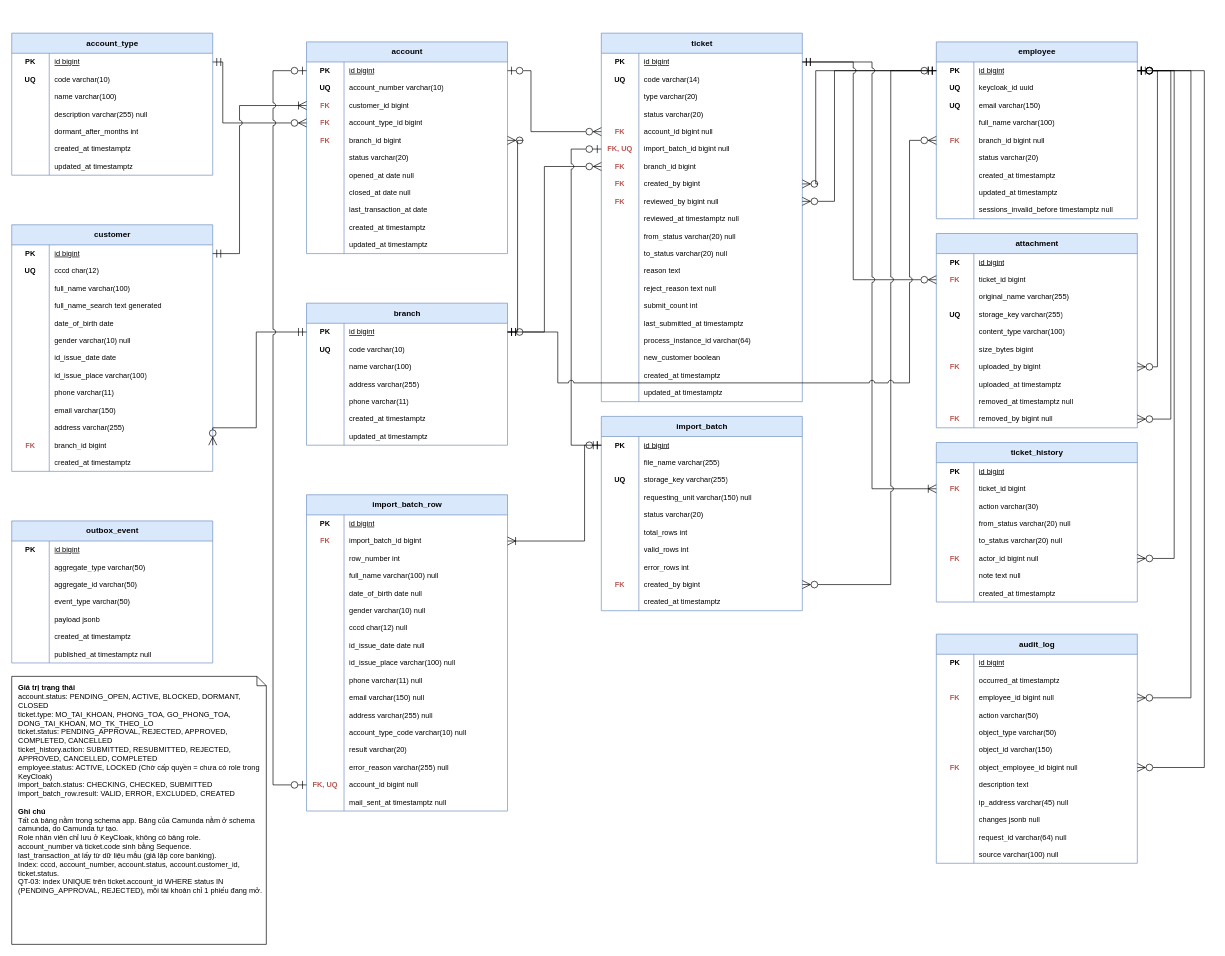
Earlier version of the draw.io diagram docs/diagrams/erd.drawio (Arielne/account-lifecycle-portal). Source tidied: cells renumbered, new cells numbered last; positions are measured from the earlier drawing's top-left corner, leaving out a move shared by most shapes. Both pictures are drawn from the tidied source at 67%, with x=0, y=0 at pixel (11, 33).
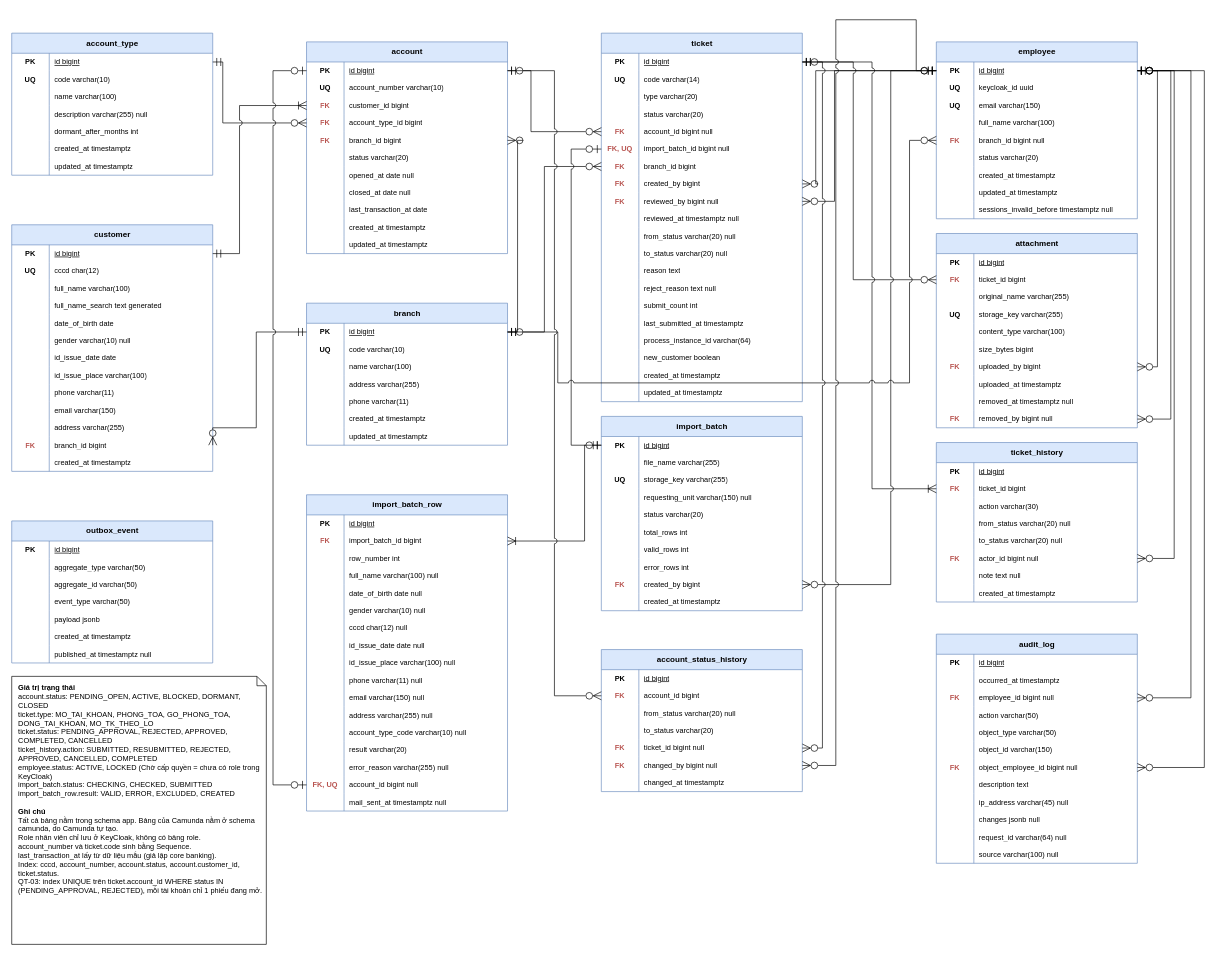
The same page after the edit.

Unchanged cells that the change refers to:
```xml
<mxCell id="65" style="shape=tableRow;horizontal=0;startSize=0;swimlaneHead=0;swimlaneBody=0;fillColor=none;points=[[0,0.5],[1,0.5]];portConstraint=eastwest;top=0;left=0;right=0;bottom=0;html=1;" parent="64" vertex="1">
  <mxGeometry y="30" width="300" height="26" as="geometry" />
</mxCell>
<mxCell id="173" style="shape=tableRow;horizontal=0;startSize=0;swimlaneHead=0;swimlaneBody=0;fillColor=none;points=[[0,0.5],[1,0.5]];portConstraint=eastwest;top=0;left=0;right=0;bottom=0;html=1;" parent="172" vertex="1">
  <mxGeometry y="30" width="300" height="26" as="geometry" />
</mxCell>
<mxCell id="296" style="shape=tableRow;horizontal=0;startSize=0;swimlaneHead=0;swimlaneBody=0;fillColor=none;points=[[0,0.5],[1,0.5]];portConstraint=eastwest;top=0;left=0;right=0;bottom=0;html=1;" parent="295" vertex="1">
  <mxGeometry y="30" width="300" height="26" as="geometry" />
</mxCell>
```

Diff of the diagram source:
```diff
@@
+    <mxCell id="428" value="account_status_history" style="shape=table;startSize=30;childLayout=tableLayout;rowLines=0;fontStyle=1;align=center;html=1;fillColor=#dae8fc;strokeColor=#6c8ebf;" parent="1" vertex="1">
+      <mxGeometry x="880" y="920" width="300" height="212" as="geometry" />
+    </mxCell>
+    <mxCell id="429" style="shape=tableRow;horizontal=0;startSize=0;swimlaneHead=0;swimlaneBody=0;fillColor=none;top=0;left=0;right=0;bottom=0;html=1;" parent="428" vertex="1">
+      <mxGeometry y="30" width="300" height="26" as="geometry" />
+    </mxCell>
+    <mxCell id="430" value="PK" style="shape=partialRectangle;fillColor=none;top=0;left=0;bottom=0;right=0;fontStyle=1;overflow=hidden;html=1;whiteSpace=wrap;fontSize=11;" parent="429" vertex="1">
+      <mxGeometry width="56" height="26" as="geometry" />
+    </mxCell>
+    <mxCell id="431" value="id bigint" style="shape=partialRectangle;fillColor=none;top=0;left=0;bottom=0;right=0;align=left;spacingLeft=6;overflow=hidden;html=1;whiteSpace=wrap;fontSize=11;fontStyle=4;" parent="429" vertex="1">
+      <mxGeometry x="56" width="244" height="26" as="geometry" />
+    </mxCell>
+    <mxCell id="432" style="shape=tableRow;horizontal=0;startSize=0;swimlaneHead=0;swimlaneBody=0;fillColor=none;points=[[0,0.5],[1,0.5]];portConstraint=eastwest;top=0;left=0;right=0;bottom=0;html=1;" parent="428" vertex="1">
+      <mxGeometry y="56" width="300" height="26" as="geometry" />
+    </mxCell>
+    <mxCell id="433" value="FK" style="shape=partialRectangle;fillColor=none;top=0;left=0;bottom=0;right=0;fontStyle=1;overflow=hidden;html=1;whiteSpace=wrap;fontSize=11;fontColor=#B85450;" parent="432" vertex="1">
+      <mxGeometry width="56" height="26" as="geometry" />
+    </mxCell>
+    <mxCell id="434" value="account_id bigint" style="shape=partialRectangle;fillColor=none;top=0;left=0;bottom=0;right=0;align=left;spacingLeft=6;overflow=hidden;html=1;whiteSpace=wrap;fontSize=11;" parent="432" vertex="1">
+      <mxGeometry x="56" width="244" height="26" as="geometry" />
+    </mxCell>
+    <mxCell id="435" style="shape=tableRow;horizontal=0;startSize=0;swimlaneHead=0;swimlaneBody=0;fillColor=none;top=0;left=0;right=0;bottom=0;html=1;" parent="428" vertex="1">
+      <mxGeometry y="82" width="300" height="26" as="geometry" />
+    </mxCell>
+    <mxCell id="436" style="shape=partialRectangle;fillColor=none;top=0;left=0;bottom=0;right=0;fontStyle=1;overflow=hidden;html=1;whiteSpace=wrap;fontSize=11;" parent="435" vertex="1">
+      <mxGeometry width="56" height="26" as="geometry" />
+    </mxCell>
+    <mxCell id="437" value="from_status varchar(20) null" style="shape=partialRectangle;fillColor=none;top=0;left=0;bottom=0;right=0;align=left;spacingLeft=6;overflow=hidden;html=1;whiteSpace=wrap;fontSize=11;" parent="435" vertex="1">
+      <mxGeometry x="56" width="244" height="26" as="geometry" />
+    </mxCell>
+    <mxCell id="438" style="shape=tableRow;horizontal=0;startSize=0;swimlaneHead=0;swimlaneBody=0;fillColor=none;top=0;left=0;right=0;bottom=0;html=1;" parent="428" vertex="1">
+      <mxGeometry y="108" width="300" height="26" as="geometry" />
+    </mxCell>
+    <mxCell id="439" style="shape=partialRectangle;fillColor=none;top=0;left=0;bottom=0;right=0;fontStyle=1;overflow=hidden;html=1;whiteSpace=wrap;fontSize=11;" parent="438" vertex="1">
+      <mxGeometry width="56" height="26" as="geometry" />
+    </mxCell>
+    <mxCell id="440" value="to_status varchar(20)" style="shape=partialRectangle;fillColor=none;top=0;left=0;bottom=0;right=0;align=left;spacingLeft=6;overflow=hidden;html=1;whiteSpace=wrap;fontSize=11;" parent="438" vertex="1">
+      <mxGeometry x="56" width="244" height="26" as="geometry" />
+    </mxCell>
+    <mxCell id="441" style="shape=tableRow;horizontal=0;startSize=0;swimlaneHead=0;swimlaneBody=0;fillColor=none;points=[[0,0.5],[1,0.5]];portConstraint=eastwest;top=0;left=0;right=0;bottom=0;html=1;" parent="428" vertex="1">
+      <mxGeometry y="134" width="300" height="26" as="geometry" />
+    </mxCell>
+    <mxCell id="442" value="FK" style="shape=partialRectangle;fillColor=none;top=0;left=0;bottom=0;right=0;fontStyle=1;overflow=hidden;html=1;whiteSpace=wrap;fontSize=11;fontColor=#B85450;" parent="441" vertex="1">
+      <mxGeometry width="56" height="26" as="geometry" />
+    </mxCell>
+    <mxCell id="443" value="ticket_id bigint null" style="shape=partialRectangle;fillColor=none;top=0;left=0;bottom=0;right=0;align=left;spacingLeft=6;overflow=hidden;html=1;whiteSpace=wrap;fontSize=11;" parent="441" vertex="1">
+      <mxGeometry x="56" width="244" height="26" as="geometry" />
+    </mxCell>
+    <mxCell id="444" style="shape=tableRow;horizontal=0;startSize=0;swimlaneHead=0;swimlaneBody=0;fillColor=none;points=[[0,0.5],[1,0.5]];portConstraint=eastwest;top=0;left=0;right=0;bottom=0;html=1;" parent="428" vertex="1">
+      <mxGeometry y="160" width="300" height="26" as="geometry" />
+    </mxCell>
+    <mxCell id="445" value="FK" style="shape=partialRectangle;fillColor=none;top=0;left=0;bottom=0;right=0;fontStyle=1;overflow=hidden;html=1;whiteSpace=wrap;fontSize=11;fontColor=#B85450;" parent="444" vertex="1">
+      <mxGeometry width="56" height="26" as="geometry" />
+    </mxCell>
+    <mxCell id="446" value="changed_by bigint null" style="shape=partialRectangle;fillColor=none;top=0;left=0;bottom=0;right=0;align=left;spacingLeft=6;overflow=hidden;html=1;whiteSpace=wrap;fontSize=11;" parent="444" vertex="1">
+      <mxGeometry x="56" width="244" height="26" as="geometry" />
+    </mxCell>
+    <mxCell id="447" style="shape=tableRow;horizontal=0;startSize=0;swimlaneHead=0;swimlaneBody=0;fillColor=none;top=0;left=0;right=0;bottom=0;html=1;" parent="428" vertex="1">
+      <mxGeometry y="186" width="300" height="26" as="geometry" />
+    </mxCell>
+    <mxCell id="448" style="shape=partialRectangle;fillColor=none;top=0;left=0;bottom=0;right=0;fontStyle=1;overflow=hidden;html=1;whiteSpace=wrap;fontSize=11;" parent="447" vertex="1">
+      <mxGeometry width="56" height="26" as="geometry" />
+    </mxCell>
+    <mxCell id="449" value="changed_at timestamptz" style="shape=partialRectangle;fillColor=none;top=0;left=0;bottom=0;right=0;align=left;spacingLeft=6;overflow=hidden;html=1;whiteSpace=wrap;fontSize=11;" parent="447" vertex="1">
+      <mxGeometry x="56" width="244" height="26" as="geometry" />
+    </mxCell>
+    <mxCell id="450" style="edgeStyle=orthogonalEdgeStyle;rounded=0;html=1;jumpStyle=arc;jumpSize=8;startArrow=ERzeroToMany;endArrow=ERmandOne;startFill=0;endFill=0;startSize=10;endSize=10;exitX=0;exitY=0.5;exitDx=0;exitDy=0;entryX=1;entryY=0.5;entryDx=0;entryDy=0;" parent="1" edge="1" source="432" target="65">
+      <mxGeometry relative="1" as="geometry">
+        <Array as="points">
+          <mxPoint x="810" y="989" />
+          <mxPoint x="810" y="56" />
+        </Array>
+      </mxGeometry>
+    </mxCell>
+    <mxCell id="451" style="edgeStyle=orthogonalEdgeStyle;rounded=0;html=1;jumpStyle=arc;jumpSize=8;startArrow=ERzeroToMany;endArrow=ERzeroToOne;startFill=0;endFill=0;startSize=10;endSize=10;exitX=1;exitY=0.5;exitDx=0;exitDy=0;entryX=1;entryY=0.5;entryDx=0;entryDy=0;" parent="1" edge="1" source="441" target="173">
+      <mxGeometry relative="1" as="geometry">
+        <Array as="points">
+          <mxPoint x="1210" y="1067" />
+          <mxPoint x="1210" y="43" />
+        </Array>
+      </mxGeometry>
+    </mxCell>
+    <mxCell id="452" style="edgeStyle=orthogonalEdgeStyle;rounded=0;html=1;jumpStyle=arc;jumpSize=8;startArrow=ERzeroToMany;endArrow=ERzeroToOne;startFill=0;endFill=0;startSize=10;endSize=10;exitX=1;exitY=0.5;exitDx=0;exitDy=0;entryX=0;entryY=0.5;entryDx=0;entryDy=0;" parent="1" edge="1" source="444" target="296">
+      <mxGeometry relative="1" as="geometry">
+        <Array as="points">
+          <mxPoint x="1230" y="1093" />
+          <mxPoint x="1230" y="-20" />
+          <mxPoint x="1350" y="-20" />
+          <mxPoint x="1350" y="56" />
+        </Array>
+      </mxGeometry>
+    </mxCell>
```
